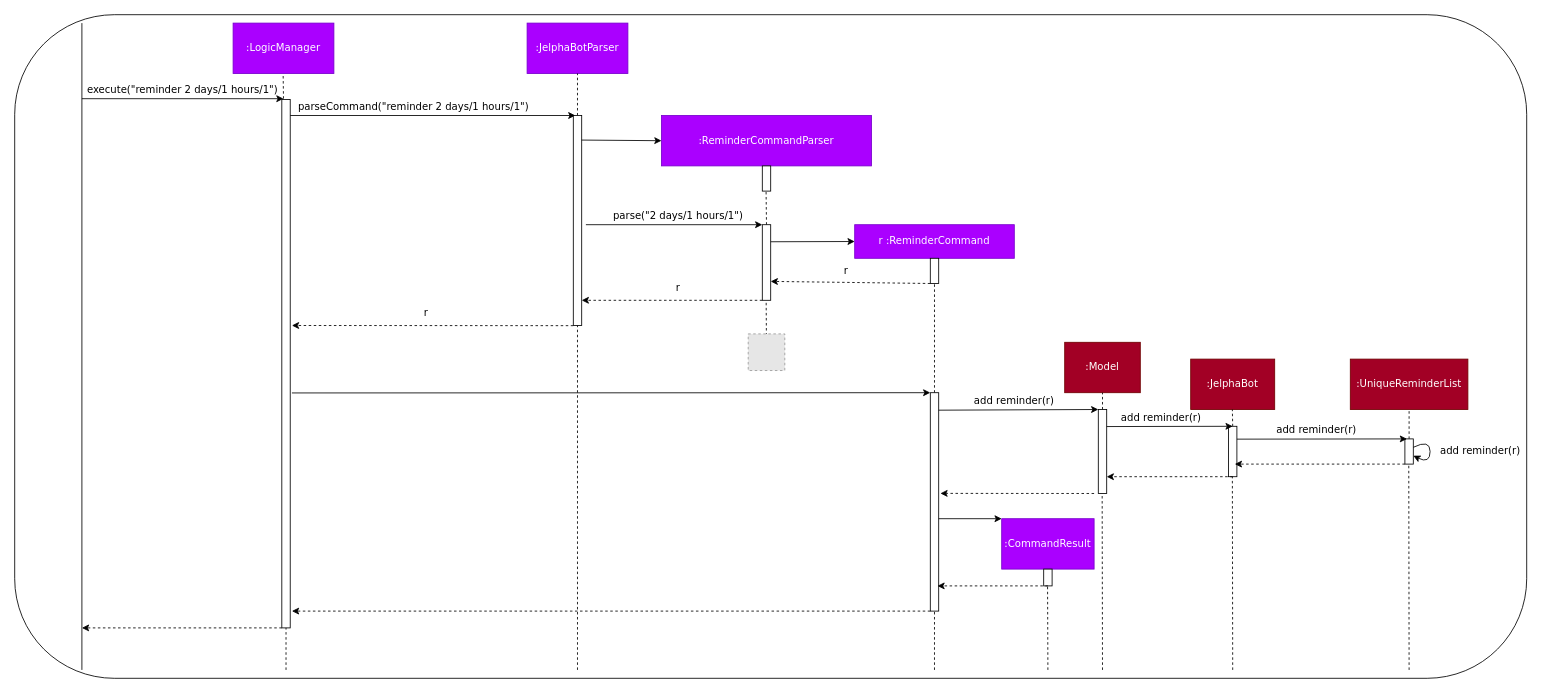
yapdianhao/main keeps this draw.io diagram as docs/diagrams/AddReminderSequenceDiagram.drawio. Above is the earlier version. Source tidied: cells renumbered, new cells numbered last; positions are measured from the earlier drawing's top-left corner, leaving out a move shared by most shapes. Both pictures are drawn from the tidied source at 84%, with x=0, y=0 at pixel (14, 14). Pictures stored in the file or linked from it are replaced by grey dashed boxes.
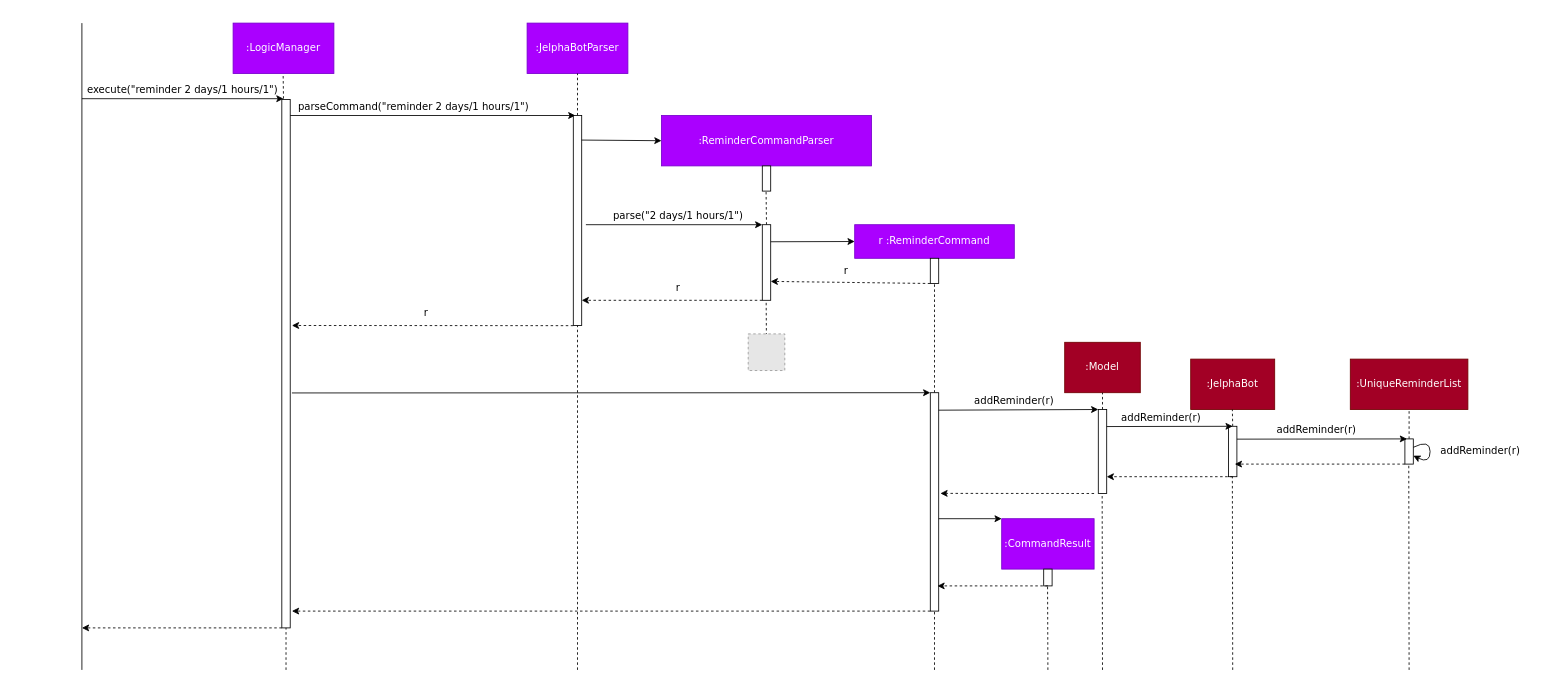
Above is the later version.

Change to the diagram source:
```diff
@@
-    <mxCell id="2" style="rounded=1;whiteSpace=wrap;html=1;fontFamily=Verdana;" parent="1" vertex="1">
-      <mxGeometry width="1800" height="790" as="geometry" />
-    </mxCell>
@@
-    <mxCell id="41" value="add reminder(r)" style="text;html=1;strokeColor=none;fillColor=none;align=center;verticalAlign=middle;whiteSpace=wrap;rounded=0;fontFamily=Verdana;" parent="1" vertex="1">
+    <mxCell id="41" value="addReminder(r)" style="text;html=1;strokeColor=none;fillColor=none;align=center;verticalAlign=middle;whiteSpace=wrap;rounded=0;fontFamily=Verdana;" parent="1" vertex="1">
       <mxGeometry x="1110" y="450" width="160" height="20" as="geometry" />
     </mxCell>
@@
-    <mxCell id="47" value="add reminder(r)" style="text;html=1;strokeColor=none;fillColor=none;align=center;verticalAlign=middle;whiteSpace=wrap;rounded=0;fontFamily=Verdana;" parent="1" vertex="1">
+    <mxCell id="47" value="addReminder(r)" style="text;html=1;strokeColor=none;fillColor=none;align=center;verticalAlign=middle;whiteSpace=wrap;rounded=0;fontFamily=Verdana;" parent="1" vertex="1">
       <mxGeometry x="1285" y="470" width="160" height="20" as="geometry" />
     </mxCell>
@@
-    <mxCell id="50" value="add reminder(r)" style="text;html=1;strokeColor=none;fillColor=none;align=center;verticalAlign=middle;whiteSpace=wrap;rounded=0;fontFamily=Verdana;" parent="1" vertex="1">
+    <mxCell id="50" value="addReminder(r)" style="text;html=1;strokeColor=none;fillColor=none;align=center;verticalAlign=middle;whiteSpace=wrap;rounded=0;fontFamily=Verdana;" parent="1" vertex="1">
       <mxGeometry x="1470" y="485" width="160" height="20" as="geometry" />
     </mxCell>
@@
-    <mxCell id="55" value="add reminder(r)" style="text;html=1;strokeColor=none;fillColor=none;align=center;verticalAlign=middle;whiteSpace=wrap;rounded=0;fontFamily=Verdana;" parent="1" vertex="1">
+    <mxCell id="55" value="addReminder(r)" style="text;html=1;strokeColor=none;fillColor=none;align=center;verticalAlign=middle;whiteSpace=wrap;rounded=0;fontFamily=Verdana;" parent="1" vertex="1">
       <mxGeometry x="1665" y="510" width="160" height="20" as="geometry" />
     </mxCell>
```
